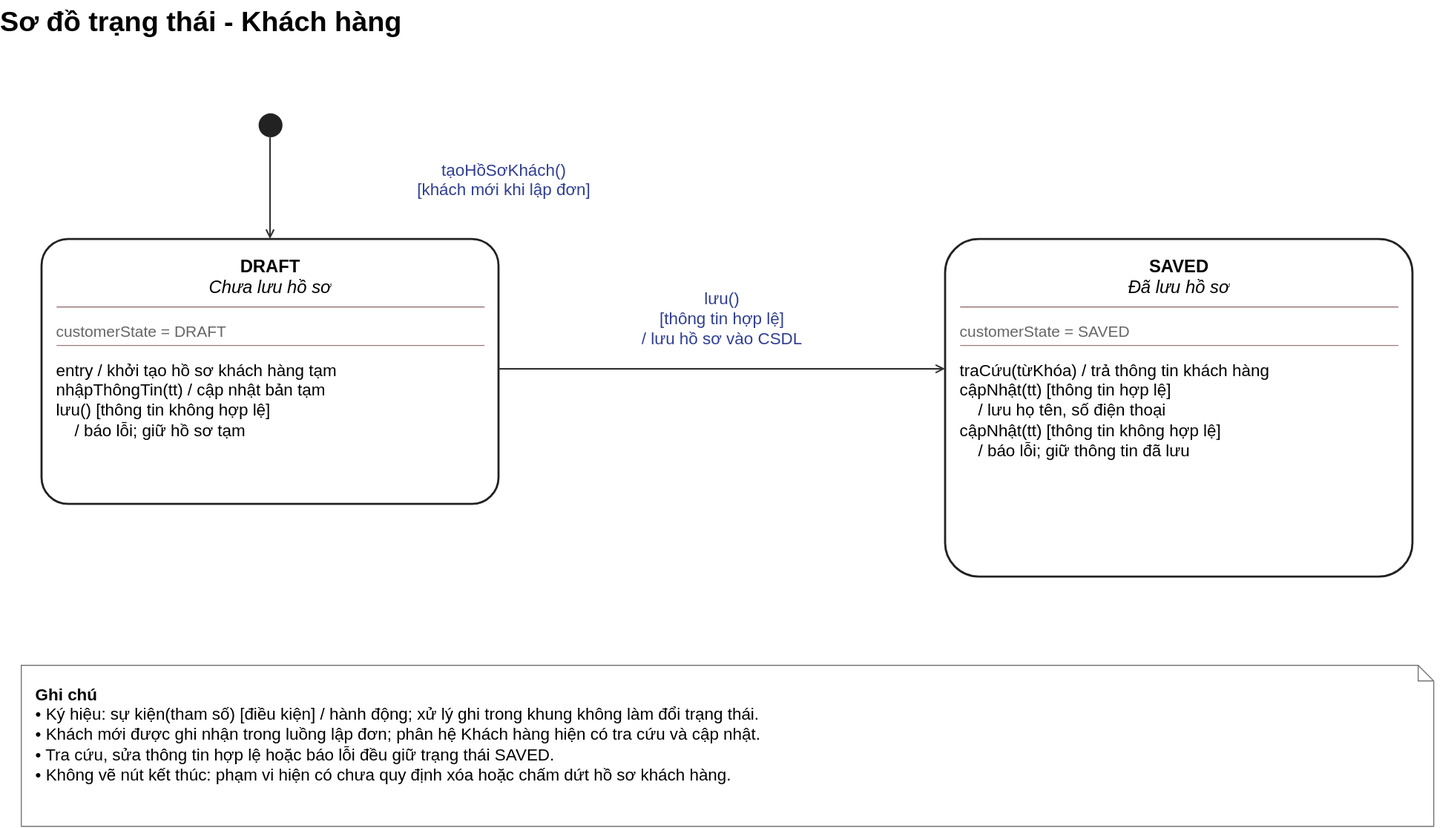
The draw.io diagram 4.Submit_State/KH.drawio.svg in DPEldich/DOC-OOAD, before a commit. Source tidied: cells renumbered, new cells last; positions are measured from the earlier drawing's top-left corner, leaving out a move shared by most shapes. Source of this version:
```xml
<mxGraphModel>
  <root>
    <mxCell id="0" />
    <mxCell id="1" parent="0" />
    <mxCell id="2" value="&lt;b&gt;Sơ đồ trạng thái - Khách hàng&lt;/b&gt;" style="text;html=1;strokeColor=none;fillColor=none;align=left;verticalAlign=top;whiteSpace=wrap;overflow=hidden;fontFamily=Arial;spacing=0;fontSize=27;" parent="1" vertex="1">
      <mxGeometry width="1400" height="34" as="geometry" />
    </mxCell>
    <mxCell id="3" style="rounded=1;arcSize=10;whiteSpace=wrap;html=1;fillColor=#ffffff;strokeColor=#222222;strokeWidth=2;" parent="1" vertex="1">
      <mxGeometry x="40" y="230" width="440" height="255" as="geometry" />
    </mxCell>
    <mxCell id="4" value="&lt;b&gt;DRAFT&lt;/b&gt;&lt;br&gt;&lt;i&gt;Chưa lưu hồ sơ&lt;/i&gt;" style="text;html=1;strokeColor=none;fillColor=none;align=left;verticalAlign=top;whiteSpace=wrap;overflow=hidden;fontFamily=Arial;spacing=0;fontSize=17;align=center;" parent="3" vertex="1">
      <mxGeometry x="12" y="12" width="416" height="50" as="geometry" />
    </mxCell>
    <mxCell id="5" value="customerState = DRAFT" style="text;html=1;strokeColor=none;fillColor=none;align=left;verticalAlign=top;whiteSpace=wrap;overflow=hidden;fontFamily=Arial;spacing=0;fontSize=15;fontColor=#666666;" parent="3" vertex="1">
      <mxGeometry x="14" y="75" width="412" height="25" as="geometry" />
    </mxCell>
    <mxCell id="6" value="entry / khởi tạo hồ sơ khách hàng tạm&lt;br&gt;nhậpThôngTin(tt) / cập nhật bản tạm&lt;br&gt;lưu() [thông tin không hợp lệ]&lt;br&gt;&amp;nbsp;&amp;nbsp;&amp;nbsp;&amp;nbsp;/ báo lỗi; giữ hồ sơ tạm" style="text;html=1;strokeColor=none;fillColor=none;align=left;verticalAlign=top;whiteSpace=wrap;overflow=hidden;fontFamily=Arial;spacing=0;fontSize=16;lineHeight=21;" parent="3" vertex="1">
      <mxGeometry x="14" y="112" width="412" height="133" as="geometry" />
    </mxCell>
    <mxCell id="7" style="endArrow=none;startArrow=none;strokeColor=#9a7979;strokeWidth=1;html=1;" parent="3" edge="1">
      <mxGeometry relative="1" as="geometry">
        <mxPoint x="14" y="65" as="sourcePoint" />
        <mxPoint x="426" y="65" as="targetPoint" />
      </mxGeometry>
    </mxCell>
    <mxCell id="8" style="endArrow=none;startArrow=none;strokeColor=#9a7979;strokeWidth=1;html=1;" parent="3" edge="1">
      <mxGeometry relative="1" as="geometry">
        <mxPoint x="14" y="102" as="sourcePoint" />
        <mxPoint x="426" y="102" as="targetPoint" />
      </mxGeometry>
    </mxCell>
    <mxCell id="9" style="rounded=1;arcSize=10;whiteSpace=wrap;html=1;fillColor=#ffffff;strokeColor=#222222;strokeWidth=2;" parent="1" vertex="1">
      <mxGeometry x="910" y="230" width="450" height="325" as="geometry" />
    </mxCell>
    <mxCell id="10" value="&lt;b&gt;SAVED&lt;/b&gt;&lt;br&gt;&lt;i&gt;Đã lưu hồ sơ&lt;/i&gt;" style="text;html=1;strokeColor=none;fillColor=none;align=left;verticalAlign=top;whiteSpace=wrap;overflow=hidden;fontFamily=Arial;spacing=0;fontSize=17;align=center;" parent="9" vertex="1">
      <mxGeometry x="12" y="12" width="426" height="50" as="geometry" />
    </mxCell>
    <mxCell id="11" value="customerState = SAVED" style="text;html=1;strokeColor=none;fillColor=none;align=left;verticalAlign=top;whiteSpace=wrap;overflow=hidden;fontFamily=Arial;spacing=0;fontSize=15;fontColor=#666666;" parent="9" vertex="1">
      <mxGeometry x="14" y="75" width="422" height="25" as="geometry" />
    </mxCell>
    <mxCell id="12" value="traCứu(từKhóa) / trả thông tin khách hàng&lt;br&gt;cậpNhật(tt) [thông tin hợp lệ]&lt;br&gt;&amp;nbsp;&amp;nbsp;&amp;nbsp;&amp;nbsp;/ lưu họ tên, số điện thoại&lt;br&gt;cậpNhật(tt) [thông tin không hợp lệ]&lt;br&gt;&amp;nbsp;&amp;nbsp;&amp;nbsp;&amp;nbsp;/ báo lỗi; giữ thông tin đã lưu" style="text;html=1;strokeColor=none;fillColor=none;align=left;verticalAlign=top;whiteSpace=wrap;overflow=hidden;fontFamily=Arial;spacing=0;fontSize=16;lineHeight=21;" parent="9" vertex="1">
      <mxGeometry x="14" y="112" width="422" height="203" as="geometry" />
    </mxCell>
    <mxCell id="13" style="endArrow=none;startArrow=none;strokeColor=#9a7979;strokeWidth=1;html=1;" parent="9" edge="1">
      <mxGeometry relative="1" as="geometry">
        <mxPoint x="14" y="65" as="sourcePoint" />
        <mxPoint x="436" y="65" as="targetPoint" />
      </mxGeometry>
    </mxCell>
    <mxCell id="14" style="endArrow=none;startArrow=none;strokeColor=#9a7979;strokeWidth=1;html=1;" parent="9" edge="1">
      <mxGeometry relative="1" as="geometry">
        <mxPoint x="14" y="102" as="sourcePoint" />
        <mxPoint x="436" y="102" as="targetPoint" />
      </mxGeometry>
    </mxCell>
    <mxCell id="15" style="ellipse;html=1;fillColor=#222222;strokeColor=#222222;" parent="1" vertex="1">
      <mxGeometry x="249" y="109" width="22" height="22" as="geometry" />
    </mxCell>
    <mxCell id="16" style="edgeStyle=none;rounded=1;endArrow=open;endFill=0;strokeColor=#333333;strokeWidth=1.5;exitX=0.5;exitY=1;exitPerimeter=0;entryX=0.5;entryY=0.0;entryPerimeter=0;" parent="1" edge="1" source="15" target="3">
      <mxGeometry relative="1" as="geometry" />
    </mxCell>
    <mxCell id="17" value="tạoHồSơKhách()&lt;br&gt;[khách mới khi lập đơn]" style="text;html=1;strokeColor=none;fillColor=none;align=left;verticalAlign=top;whiteSpace=wrap;overflow=hidden;fontFamily=Arial;spacing=0;fontSize=16;fontColor=#303f92;align=center;fillColor=#ffffff;" parent="1" vertex="1">
      <mxGeometry x="270" y="149" width="430" height="50" as="geometry" />
    </mxCell>
    <mxCell id="18" style="edgeStyle=none;rounded=1;endArrow=open;endFill=0;strokeColor=#333333;strokeWidth=1.5;exitX=1.0;exitY=0.49019607843137253;exitPerimeter=0;entryX=0.0;entryY=0.38461538461538464;entryPerimeter=0;" parent="1" edge="1" source="3" target="9">
      <mxGeometry relative="1" as="geometry" />
    </mxCell>
    <mxCell id="19" value="lưu()&lt;br&gt;[thông tin hợp lệ]&lt;br&gt;/ lưu hồ sơ vào CSDL" style="text;html=1;strokeColor=none;fillColor=none;align=left;verticalAlign=top;whiteSpace=wrap;overflow=hidden;fontFamily=Arial;spacing=0;fontSize=16;fontColor=#303f92;align=center;fillColor=#ffffff;" parent="1" vertex="1">
      <mxGeometry x="495" y="273" width="400" height="71" as="geometry" />
    </mxCell>
    <mxCell id="20" value="&lt;b&gt;Ghi chú&lt;/b&gt;&lt;br&gt;• Ký hiệu: sự kiện(tham số) [điều kiện] / hành động; xử lý ghi trong khung không làm đổi trạng thái.&lt;br&gt;• Khách mới được ghi nhận trong luồng lập đơn; phân hệ Khách hàng hiện có tra cứu và cập nhật.&lt;br&gt;• Tra cứu, sửa thông tin hợp lệ hoặc báo lỗi đều giữ trạng thái SAVED.&lt;br&gt;• Không vẽ nút kết thúc: phạm vi hiện có chưa quy định xóa hoặc chấm dứt hồ sơ khách hàng." style="shape=note;size=15;html=1;whiteSpace=wrap;fillColor=#ffffff;strokeColor=#777777;fontFamily=Arial;fontSize=16;align=left;verticalAlign=top;spacing=14;" parent="1" vertex="1">
      <mxGeometry x="20" y="640" width="1360" height="155" as="geometry" />
    </mxCell>
  </root>
</mxGraphModel>
```
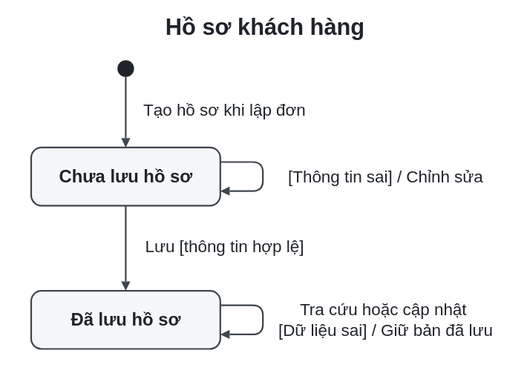
The same diagram one commit later.

The edit, as a diff of the source:
```diff
@@ -1,75 +1,46 @@
-<mxGraphModel>
+<mxGraphModel background="#ffffff">
   <root>
     <mxCell id="0" />
     <mxCell id="1" parent="0" />
-    <mxCell id="2" value="&lt;b&gt;Sơ đồ trạng thái - Khách hàng&lt;/b&gt;" style="text;html=1;strokeColor=none;fillColor=none;align=left;verticalAlign=top;whiteSpace=wrap;overflow=hidden;fontFamily=Arial;spacing=0;fontSize=27;" parent="1" vertex="1">
-      <mxGeometry width="1400" height="34" as="geometry" />
+    <mxCell id="2" value="Hồ sơ khách hàng" style="text;strokeColor=none;fillColor=none;fontSize=22;fontStyle=1;fontFamily=Arial;fontColor=#20242a;align=center;verticalAlign=middle;whiteSpace=wrap;html=0;" parent="1" vertex="1">
+      <mxGeometry x="-32" y="-12" width="494" height="36" as="geometry" />
     </mxCell>
+    <mxCell id="15" style="ellipse;strokeColor=#20242a;fillColor=#20242a;strokeWidth=1.6;fontFamily=Arial;fontColor=#20242a;align=center;verticalAlign=middle;whiteSpace=wrap;html=0;" parent="1" vertex="1">
+      <mxGeometry x="73" y="38" width="16" height="16" as="geometry" />
+    </mxCell>
-    <mxCell id="3" style="rounded=1;arcSize=10;whiteSpace=wrap;html=1;fillColor=#ffffff;strokeColor=#222222;strokeWidth=2;" parent="1" vertex="1">
-      <mxGeometry x="40" y="230" width="440" height="255" as="geometry" />
+    <mxCell id="3" value="Chưa lưu hồ sơ" style="rounded=1;absoluteArcSize=1;arcSize=20;strokeColor=#40464e;strokeWidth=1.6;fillColor=#f6f7f8;fontSize=17;fontStyle=1;fontFamily=Arial;fontColor=#20242a;align=center;verticalAlign=middle;whiteSpace=wrap;html=0;" parent="1" vertex="1">
+      <mxGeometry x="-10" y="122" width="182" height="56" as="geometry" />
     </mxCell>
-    <mxCell id="4" value="&lt;b&gt;DRAFT&lt;/b&gt;&lt;br&gt;&lt;i&gt;Chưa lưu hồ sơ&lt;/i&gt;" style="text;html=1;strokeColor=none;fillColor=none;align=left;verticalAlign=top;whiteSpace=wrap;overflow=hidden;fontFamily=Arial;spacing=0;fontSize=17;align=center;" parent="3" vertex="1">
-      <mxGeometry x="12" y="12" width="416" height="50" as="geometry" />
-    </mxCell>
-    <mxCell id="5" value="customerState = DRAFT" style="text;html=1;strokeColor=none;fillColor=none;align=left;verticalAlign=top;whiteSpace=wrap;overflow=hidden;fontFamily=Arial;spacing=0;fontSize=15;fontColor=#666666;" parent="3" vertex="1">
-      <mxGeometry x="14" y="75" width="412" height="25" as="geometry" />
-    </mxCell>
-    <mxCell id="6" value="entry / khởi tạo hồ sơ khách hàng tạm&lt;br&gt;nhậpThôngTin(tt) / cập nhật bản tạm&lt;br&gt;lưu() [thông tin không hợp lệ]&lt;br&gt;&amp;nbsp;&amp;nbsp;&amp;nbsp;&amp;nbsp;/ báo lỗi; giữ hồ sơ tạm" style="text;html=1;strokeColor=none;fillColor=none;align=left;verticalAlign=top;whiteSpace=wrap;overflow=hidden;fontFamily=Arial;spacing=0;fontSize=16;lineHeight=21;" parent="3" vertex="1">
-      <mxGeometry x="14" y="112" width="412" height="133" as="geometry" />
-    </mxCell>
-    <mxCell id="7" style="endArrow=none;startArrow=none;strokeColor=#9a7979;strokeWidth=1;html=1;" parent="3" edge="1">
-      <mxGeometry relative="1" as="geometry">
-        <mxPoint x="14" y="65" as="sourcePoint" />
-        <mxPoint x="426" y="65" as="targetPoint" />
-      </mxGeometry>
-    </mxCell>
-    <mxCell id="8" style="endArrow=none;startArrow=none;strokeColor=#9a7979;strokeWidth=1;html=1;" parent="3" edge="1">
-      <mxGeometry relative="1" as="geometry">
-        <mxPoint x="14" y="102" as="sourcePoint" />
-        <mxPoint x="426" y="102" as="targetPoint" />
-      </mxGeometry>
-    </mxCell>
-    <mxCell id="9" style="rounded=1;arcSize=10;whiteSpace=wrap;html=1;fillColor=#ffffff;strokeColor=#222222;strokeWidth=2;" parent="1" vertex="1">
-      <mxGeometry x="910" y="230" width="450" height="325" as="geometry" />
+    <mxCell id="9" value="Đã lưu hồ sơ" style="rounded=1;absoluteArcSize=1;arcSize=20;strokeColor=#40464e;strokeWidth=1.6;fillColor=#f6f7f8;fontSize=17;fontStyle=1;fontFamily=Arial;fontColor=#20242a;align=center;verticalAlign=middle;whiteSpace=wrap;html=0;" parent="1" vertex="1">
+      <mxGeometry x="-10" y="260" width="182" height="56" as="geometry" />
     </mxCell>
-    <mxCell id="10" value="&lt;b&gt;SAVED&lt;/b&gt;&lt;br&gt;&lt;i&gt;Đã lưu hồ sơ&lt;/i&gt;" style="text;html=1;strokeColor=none;fillColor=none;align=left;verticalAlign=top;whiteSpace=wrap;overflow=hidden;fontFamily=Arial;spacing=0;fontSize=17;align=center;" parent="9" vertex="1">
-      <mxGeometry x="12" y="12" width="426" height="50" as="geometry" />
-    </mxCell>
-    <mxCell id="11" value="customerState = SAVED" style="text;html=1;strokeColor=none;fillColor=none;align=left;verticalAlign=top;whiteSpace=wrap;overflow=hidden;fontFamily=Arial;spacing=0;fontSize=15;fontColor=#666666;" parent="9" vertex="1">
-      <mxGeometry x="14" y="75" width="422" height="25" as="geometry" />
-    </mxCell>
-    <mxCell id="12" value="traCứu(từKhóa) / trả thông tin khách hàng&lt;br&gt;cậpNhật(tt) [thông tin hợp lệ]&lt;br&gt;&amp;nbsp;&amp;nbsp;&amp;nbsp;&amp;nbsp;/ lưu họ tên, số điện thoại&lt;br&gt;cậpNhật(tt) [thông tin không hợp lệ]&lt;br&gt;&amp;nbsp;&amp;nbsp;&amp;nbsp;&amp;nbsp;/ báo lỗi; giữ thông tin đã lưu" style="text;html=1;strokeColor=none;fillColor=none;align=left;verticalAlign=top;whiteSpace=wrap;overflow=hidden;fontFamily=Arial;spacing=0;fontSize=16;lineHeight=21;" parent="9" vertex="1">
-      <mxGeometry x="14" y="112" width="422" height="203" as="geometry" />
-    </mxCell>
-    <mxCell id="13" style="endArrow=none;startArrow=none;strokeColor=#9a7979;strokeWidth=1;html=1;" parent="9" edge="1">
-      <mxGeometry relative="1" as="geometry">
-        <mxPoint x="14" y="65" as="sourcePoint" />
-        <mxPoint x="436" y="65" as="targetPoint" />
-      </mxGeometry>
-    </mxCell>
-    <mxCell id="14" style="endArrow=none;startArrow=none;strokeColor=#9a7979;strokeWidth=1;html=1;" parent="9" edge="1">
-      <mxGeometry relative="1" as="geometry">
-        <mxPoint x="14" y="102" as="sourcePoint" />
-        <mxPoint x="436" y="102" as="targetPoint" />
-      </mxGeometry>
-    </mxCell>
-    <mxCell id="15" style="ellipse;html=1;fillColor=#222222;strokeColor=#222222;" parent="1" vertex="1">
-      <mxGeometry x="249" y="109" width="22" height="22" as="geometry" />
-    </mxCell>
-    <mxCell id="16" style="edgeStyle=none;rounded=1;endArrow=open;endFill=0;strokeColor=#333333;strokeWidth=1.5;exitX=0.5;exitY=1;exitPerimeter=0;entryX=0.5;entryY=0.0;entryPerimeter=0;" parent="1" edge="1" source="15" target="3">
-      <mxGeometry relative="1" as="geometry" />
+    <mxCell id="16" value="Tạo hồ sơ khi lập đơn" style="noEdgeStyle=1;rounded=1;endArrow=block;endFill=1;endSize=8;strokeWidth=1.6;strokeColor=#40464e;fontFamily=Arial;fontSize=16;fontColor=#20242a;align=center;verticalAlign=middle;html=0;exitX=0.5;exitY=1;exitPerimeter=0;entryX=0.5;entryY=0;entryPerimeter=0;" parent="1" edge="1" source="15" target="3">
+      <mxGeometry relative="1" as="geometry">
+        <mxPoint x="95" y="-2" as="offset" />
+      </mxGeometry>
     </mxCell>
-    <mxCell id="17" value="tạoHồSơKhách()&lt;br&gt;[khách mới khi lập đơn]" style="text;html=1;strokeColor=none;fillColor=none;align=left;verticalAlign=top;whiteSpace=wrap;overflow=hidden;fontFamily=Arial;spacing=0;fontSize=16;fontColor=#303f92;align=center;fillColor=#ffffff;" parent="1" vertex="1">
-      <mxGeometry x="270" y="149" width="430" height="50" as="geometry" />
-    </mxCell>
-    <mxCell id="18" style="edgeStyle=none;rounded=1;endArrow=open;endFill=0;strokeColor=#333333;strokeWidth=1.5;exitX=1.0;exitY=0.49019607843137253;exitPerimeter=0;entryX=0.0;entryY=0.38461538461538464;entryPerimeter=0;" parent="1" edge="1" source="3" target="9">
-      <mxGeometry relative="1" as="geometry" />
+    <mxCell id="18" value="Lưu [thông tin hợp lệ]" style="noEdgeStyle=1;rounded=1;endArrow=block;endFill=1;endSize=8;strokeWidth=1.6;strokeColor=#40464e;fontFamily=Arial;fontSize=16;fontColor=#20242a;align=center;verticalAlign=middle;html=0;exitX=0.5;exitY=1;exitPerimeter=0;entryX=0.5;entryY=0;entryPerimeter=0;" parent="1" edge="1" source="3" target="9">
+      <mxGeometry relative="1" as="geometry">
+        <mxPoint x="95" y="-2" as="offset" />
+      </mxGeometry>
     </mxCell>
-    <mxCell id="19" value="lưu()&lt;br&gt;[thông tin hợp lệ]&lt;br&gt;/ lưu hồ sơ vào CSDL" style="text;html=1;strokeColor=none;fillColor=none;align=left;verticalAlign=top;whiteSpace=wrap;overflow=hidden;fontFamily=Arial;spacing=0;fontSize=16;fontColor=#303f92;align=center;fillColor=#ffffff;" parent="1" vertex="1">
-      <mxGeometry x="495" y="273" width="400" height="71" as="geometry" />
-    </mxCell>
-    <mxCell id="20" value="&lt;b&gt;Ghi chú&lt;/b&gt;&lt;br&gt;• Ký hiệu: sự kiện(tham số) [điều kiện] / hành động; xử lý ghi trong khung không làm đổi trạng thái.&lt;br&gt;• Khách mới được ghi nhận trong luồng lập đơn; phân hệ Khách hàng hiện có tra cứu và cập nhật.&lt;br&gt;• Tra cứu, sửa thông tin hợp lệ hoặc báo lỗi đều giữ trạng thái SAVED.&lt;br&gt;• Không vẽ nút kết thúc: phạm vi hiện có chưa quy định xóa hoặc chấm dứt hồ sơ khách hàng." style="shape=note;size=15;html=1;whiteSpace=wrap;fillColor=#ffffff;strokeColor=#777777;fontFamily=Arial;fontSize=16;align=left;verticalAlign=top;spacing=14;" parent="1" vertex="1">
-      <mxGeometry x="20" y="640" width="1360" height="155" as="geometry" />
-    </mxCell>
+    <mxCell id="21" value="[Thông tin sai] / Chỉnh sửa" style="noEdgeStyle=1;rounded=1;endArrow=block;endFill=1;endSize=8;strokeWidth=1.6;strokeColor=#40464e;fontFamily=Arial;fontSize=16;fontColor=#20242a;align=center;verticalAlign=middle;html=0;exitX=1;exitY=0.25;exitPerimeter=0;entryX=1;entryY=0.75;entryPerimeter=0;" parent="1" edge="1" source="3" target="3">
+      <mxGeometry relative="1" as="geometry">
+        <Array as="points">
+          <mxPoint x="213" y="136" />
+          <mxPoint x="213" y="164" />
+        </Array>
+        <mxPoint x="118" as="offset" />
+      </mxGeometry>
+    </mxCell>
+    <mxCell id="22" value="Tra cứu hoặc cập nhật&#10;[Dữ liệu sai] / Giữ bản đã lưu" style="noEdgeStyle=1;rounded=1;endArrow=block;endFill=1;endSize=8;strokeWidth=1.6;strokeColor=#40464e;fontFamily=Arial;fontSize=16;fontColor=#20242a;align=center;verticalAlign=middle;html=0;exitX=1;exitY=0.25;exitPerimeter=0;entryX=1;entryY=0.75;entryPerimeter=0;" parent="1" edge="1" source="9" target="9">
+      <mxGeometry relative="1" as="geometry">
+        <Array as="points">
+          <mxPoint x="213" y="274" />
+          <mxPoint x="213" y="302" />
+        </Array>
+        <mxPoint x="118" as="offset" />
+      </mxGeometry>
+    </mxCell>
   </root>
 </mxGraphModel>
```
